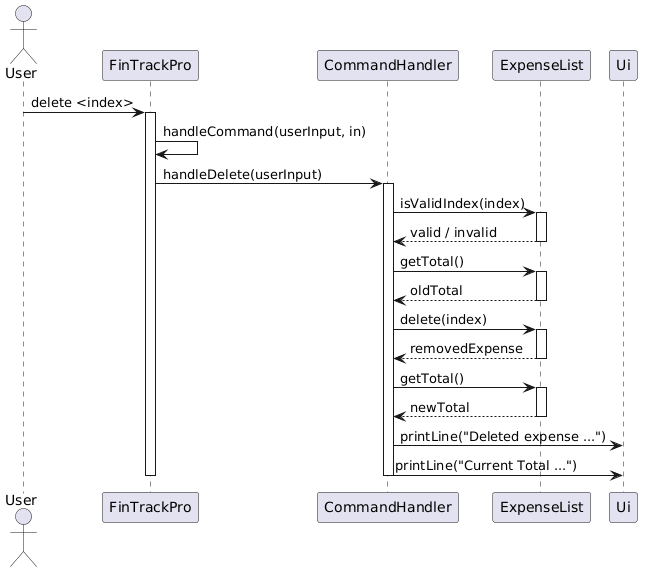
Jairusljr/tP keeps this PlantUML diagram as docs/diagram/DeleteOneExpense-SequenceDiagram.png. Above is the earlier version. Its diagram source:
```plantuml
@startuml
actor User
participant FinTrackPro
participant CommandHandler
participant ExpenseList
participant Ui

User -> FinTrackPro: delete <index>
activate FinTrackPro

FinTrackPro -> FinTrackPro: handleCommand(userInput, in)
FinTrackPro -> CommandHandler: handleDelete(userInput)
activate CommandHandler

CommandHandler -> ExpenseList: isValidIndex(index)
activate ExpenseList
ExpenseList --> CommandHandler: valid / invalid
deactivate ExpenseList

CommandHandler -> ExpenseList: getTotal()
activate ExpenseList
ExpenseList --> CommandHandler: oldTotal
deactivate ExpenseList

CommandHandler -> ExpenseList: delete(index)
activate ExpenseList
ExpenseList --> CommandHandler: removedExpense
deactivate ExpenseList

CommandHandler -> ExpenseList: getTotal()
activate ExpenseList
ExpenseList --> CommandHandler: newTotal
deactivate ExpenseList

CommandHandler -> Ui: printLine("Deleted expense ...")
CommandHandler -> Ui: printLine("Current Total ...")

deactivate CommandHandler
deactivate FinTrackPro
@enduml
```
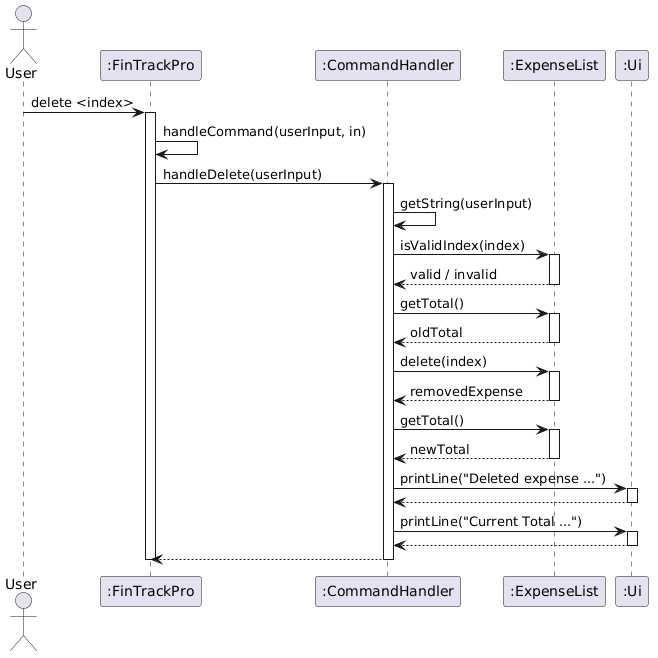
After the commit.

Diff of the diagram source:
```diff
@@ -1,40 +1,54 @@
 @startuml
 actor User
-participant FinTrackPro
-participant CommandHandler
-participant ExpenseList
-participant Ui
 
-User -> FinTrackPro: delete <index>
+participant ":FinTrackPro" as FinTrackPro
+participant ":CommandHandler" as CommandHandler
+participant ":ExpenseList" as ExpenseList
+participant ":Ui" as Ui
+
+User -> FinTrackPro : delete <index>
 activate FinTrackPro
 
-FinTrackPro -> FinTrackPro: handleCommand(userInput, in)
-FinTrackPro -> CommandHandler: handleDelete(userInput)
+FinTrackPro -> FinTrackPro : handleCommand(userInput, in)
+
+
+FinTrackPro -> CommandHandler : handleDelete(userInput)
 activate CommandHandler
 
-CommandHandler -> ExpenseList: isValidIndex(index)
+CommandHandler -> CommandHandler : getString(userInput)
+
+CommandHandler -> ExpenseList : isValidIndex(index)
 activate ExpenseList
-ExpenseList --> CommandHandler: valid / invalid
+ExpenseList --> CommandHandler : valid / invalid
 deactivate ExpenseList
 
-CommandHandler -> ExpenseList: getTotal()
+CommandHandler -> ExpenseList : getTotal()
 activate ExpenseList
-ExpenseList --> CommandHandler: oldTotal
+ExpenseList --> CommandHandler : oldTotal
 deactivate ExpenseList
 
-CommandHandler -> ExpenseList: delete(index)
+CommandHandler -> ExpenseList : delete(index)
 activate ExpenseList
-ExpenseList --> CommandHandler: removedExpense
+ExpenseList --> CommandHandler : removedExpense
 deactivate ExpenseList
 
-CommandHandler -> ExpenseList: getTotal()
+CommandHandler -> ExpenseList : getTotal()
 activate ExpenseList
-ExpenseList --> CommandHandler: newTotal
+ExpenseList --> CommandHandler : newTotal
 deactivate ExpenseList
 
-CommandHandler -> Ui: printLine("Deleted expense ...")
-CommandHandler -> Ui: printLine("Current Total ...")
+CommandHandler -> Ui : printLine("Deleted expense ...")
+activate Ui
+Ui --> CommandHandler
+deactivate Ui
 
+CommandHandler -> Ui : printLine("Current Total ...")
+activate Ui
+Ui --> CommandHandler
+deactivate Ui
+
+CommandHandler --> FinTrackPro
 deactivate CommandHandler
 deactivate FinTrackPro
+deactivate FinTrackPro
 @enduml
```
